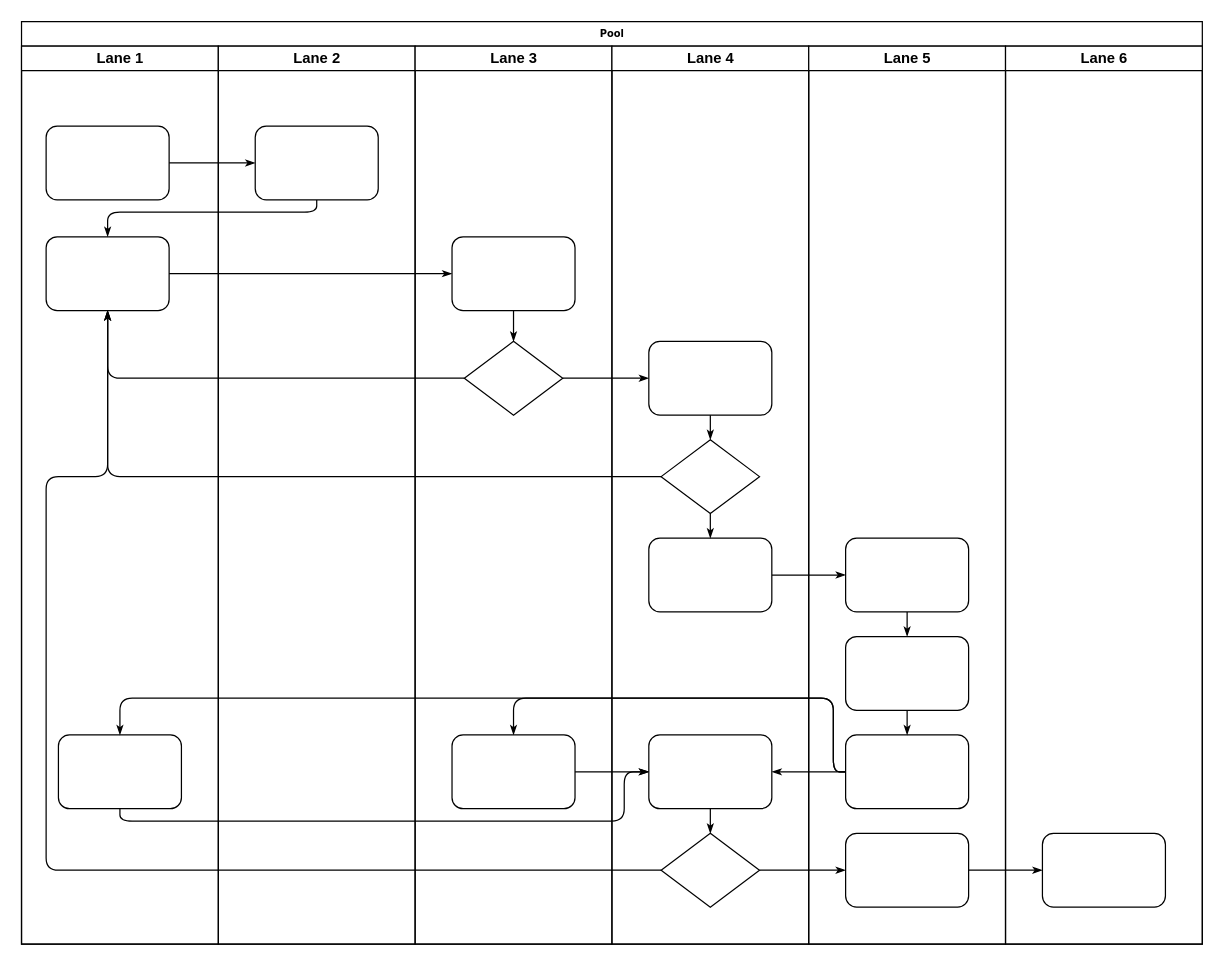
The draw.io diagram 教育小程序登录.drawio in liangdengming/diagrams, before the edit. Source tidied: cells renumbered, new cells numbered last; positions are measured from the earlier drawing's top-left corner, leaving out a move shared by most shapes. Both pictures are drawn from the tidied source at 123%, with x=0, y=0 at pixel (21, 21).
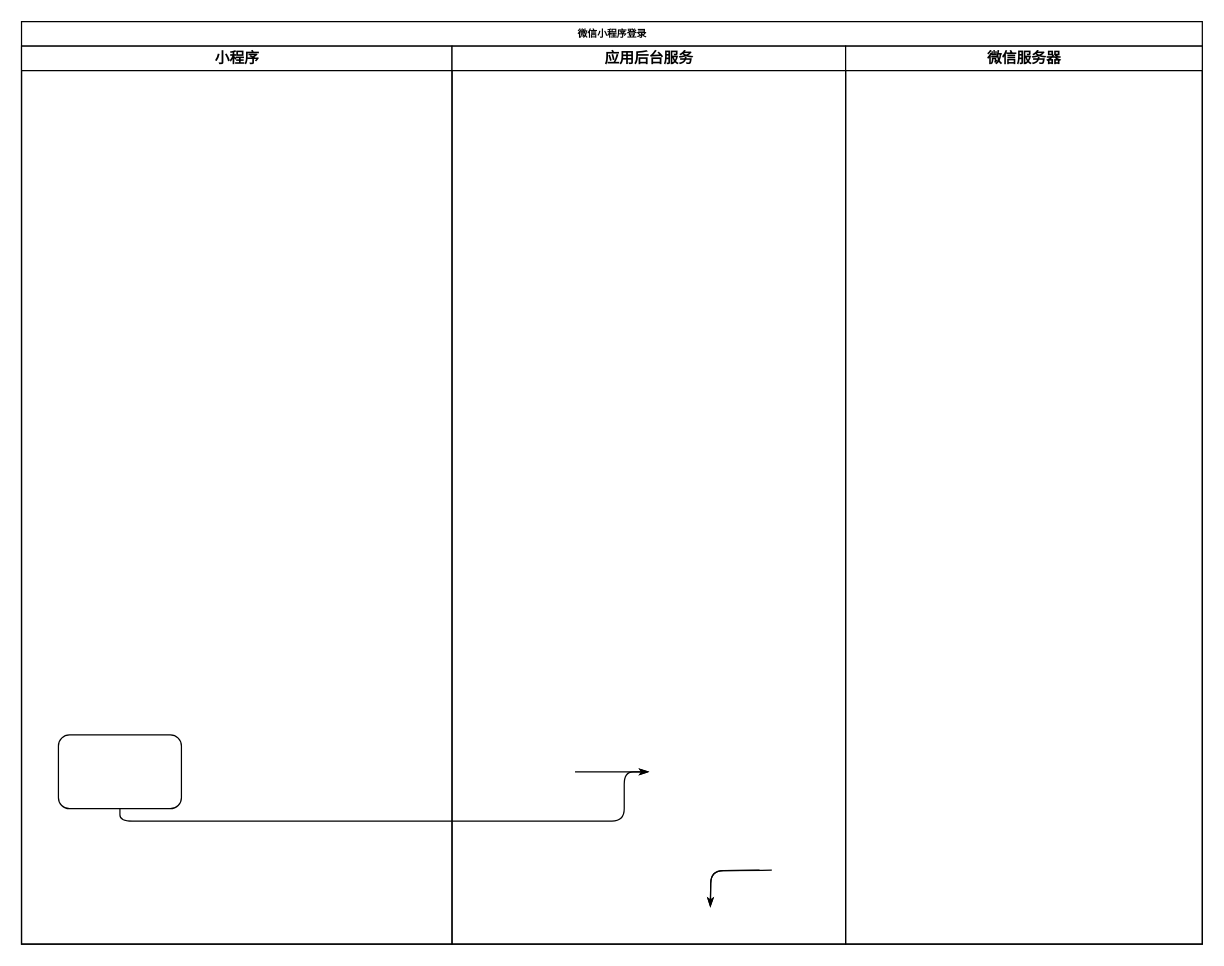
The same diagram, later.

Commit message (it also covers changes not shown here):
教育小程序登录.drawio

Unchanged cells that the change refers to:
```xml
<mxCell id="6" style="rounded=1;whiteSpace=wrap;html=1;shadow=0;labelBackgroundColor=none;strokeWidth=1;fontFamily=Verdana;fontSize=8;align=center;" parent="3" vertex="1">
  <mxGeometry x="30" y="560" width="100" height="60" as="geometry" />
</mxCell>
```

The edit, as a diff of the source:
```diff
@@
-    <mxCell id="2" value="Pool" style="swimlane;html=1;startSize=20;rounded=0;shadow=0;labelBackgroundColor=none;strokeWidth=1;fontFamily=Verdana;fontSize=8;align=center;" parent="1" vertex="1">
+    <mxCell id="2" value="微信小程序登录" style="swimlane;html=1;startSize=20;rounded=0;shadow=0;labelBackgroundColor=none;strokeWidth=1;fontFamily=Verdana;fontSize=8;align=center;" parent="1" vertex="1">
       <mxGeometry width="960" height="750" as="geometry" />
     </mxCell>
-    <mxCell id="3" value="Lane 1" style="swimlane;html=1;startSize=20;" parent="2" vertex="1">
-      <mxGeometry y="20" width="160" height="730" as="geometry" />
+    <mxCell id="3" value="小程序" style="swimlane;html=1;startSize=20;" parent="2" vertex="1">
+      <mxGeometry y="20" width="350" height="730" as="geometry" />
     </mxCell>
-    <mxCell id="4" style="rounded=1;whiteSpace=wrap;html=1;shadow=0;labelBackgroundColor=none;strokeWidth=1;fontFamily=Verdana;fontSize=8;align=center;" parent="3" vertex="1">
-      <mxGeometry x="20" y="65" width="100" height="60" as="geometry" />
-    </mxCell>
-    <mxCell id="5" style="rounded=1;whiteSpace=wrap;html=1;shadow=0;labelBackgroundColor=none;strokeWidth=1;fontFamily=Verdana;fontSize=8;align=center;" parent="3" vertex="1">
-      <mxGeometry x="20" y="155" width="100" height="60" as="geometry" />
-    </mxCell>
@@
-    <mxCell id="7" style="edgeStyle=orthogonalEdgeStyle;rounded=1;html=1;labelBackgroundColor=none;startArrow=none;startFill=0;startSize=5;endArrow=classicThin;endFill=1;endSize=5;jettySize=auto;strokeWidth=1;fontFamily=Verdana;fontSize=8;" parent="2" edge="1" source="4" target="23">
-      <mxGeometry relative="1" as="geometry" />
-    </mxCell>
-    <mxCell id="8" style="edgeStyle=orthogonalEdgeStyle;rounded=1;html=1;labelBackgroundColor=none;startArrow=none;startFill=0;startSize=5;endArrow=classicThin;endFill=1;endSize=5;jettySize=auto;strokeWidth=1;fontFamily=Verdana;fontSize=8;" parent="2" edge="1" source="23" target="5">
-      <mxGeometry relative="1" as="geometry">
-        <Array as="points">
-          <mxPoint x="240" y="155" />
-          <mxPoint x="70" y="155" />
-        </Array>
-      </mxGeometry>
-    </mxCell>
-    <mxCell id="9" style="edgeStyle=orthogonalEdgeStyle;rounded=1;html=1;labelBackgroundColor=none;startArrow=none;startFill=0;startSize=5;endArrow=classicThin;endFill=1;endSize=5;jettySize=auto;strokeWidth=1;fontFamily=Verdana;fontSize=8;" parent="2" edge="1" source="5" target="25">
-      <mxGeometry relative="1" as="geometry" />
-    </mxCell>
-    <mxCell id="10" style="edgeStyle=orthogonalEdgeStyle;rounded=1;html=1;labelBackgroundColor=none;startArrow=none;startFill=0;startSize=5;endArrow=classicThin;endFill=1;endSize=5;jettySize=auto;strokeWidth=1;fontFamily=Verdana;fontSize=8;" parent="2" edge="1" source="26" target="5">
-      <mxGeometry relative="1" as="geometry" />
-    </mxCell>
-    <mxCell id="11" style="edgeStyle=orthogonalEdgeStyle;rounded=1;html=1;labelBackgroundColor=none;startArrow=none;startFill=0;startSize=5;endArrow=classicThin;endFill=1;endSize=5;jettySize=auto;strokeWidth=1;fontFamily=Verdana;fontSize=8;" parent="2" edge="1" source="31" target="5">
-      <mxGeometry relative="1" as="geometry" />
-    </mxCell>
-    <mxCell id="12" style="edgeStyle=orthogonalEdgeStyle;rounded=1;html=1;labelBackgroundColor=none;startArrow=none;startFill=0;startSize=5;endArrow=classicThin;endFill=1;endSize=5;jettySize=auto;strokeWidth=1;fontFamily=Verdana;fontSize=8;" parent="2" edge="1" source="34" target="5">
-      <mxGeometry relative="1" as="geometry">
-        <Array as="points">
-          <mxPoint x="20" y="690" />
-          <mxPoint x="20" y="370" />
-          <mxPoint x="70" y="370" />
-        </Array>
-      </mxGeometry>
-    </mxCell>
-    <mxCell id="13" style="edgeStyle=orthogonalEdgeStyle;rounded=1;html=1;labelBackgroundColor=none;startArrow=none;startFill=0;startSize=5;endArrow=classicThin;endFill=1;endSize=5;jettySize=auto;strokeWidth=1;fontFamily=Verdana;fontSize=8;" parent="2" edge="1" source="26" target="30">
-      <mxGeometry relative="1" as="geometry" />
-    </mxCell>
-    <mxCell id="14" style="edgeStyle=orthogonalEdgeStyle;rounded=1;html=1;labelBackgroundColor=none;startArrow=none;startFill=0;startSize=5;endArrow=classicThin;endFill=1;endSize=5;jettySize=auto;strokeWidth=1;fontFamily=Verdana;fontSize=8;" parent="2" edge="1" source="34" target="42">
-      <mxGeometry relative="1" as="geometry" />
+    <mxCell id="14" style="edgeStyle=orthogonalEdgeStyle;rounded=1;html=1;labelBackgroundColor=none;startArrow=none;startFill=0;startSize=5;endArrow=classicThin;endFill=1;endSize=5;jettySize=auto;orthogonalLoop=1;strokeWidth=1;fontFamily=Verdana;fontSize=8;" parent="2" edge="1">
+      <mxGeometry relative="1" as="geometry">
+        <mxPoint x="600" y="690" as="sourcePoint" />
+        <mxPoint x="560" y="720" as="targetPoint" />
+      </mxGeometry>
     </mxCell>
-    <mxCell id="15" style="edgeStyle=orthogonalEdgeStyle;rounded=1;html=1;labelBackgroundColor=none;startArrow=none;startFill=0;startSize=5;endArrow=classicThin;endFill=1;endSize=5;jettySize=auto;strokeWidth=1;fontFamily=Verdana;fontSize=8;" parent="2" edge="1" source="42" target="46">
-      <mxGeometry relative="1" as="geometry" />
+    <mxCell id="15" style="edgeStyle=orthogonalEdgeStyle;rounded=1;html=1;labelBackgroundColor=none;startArrow=none;startFill=0;startSize=5;endArrow=classicThin;endFill=1;endSize=5;jettySize=auto;orthogonalLoop=1;strokeWidth=1;fontFamily=Verdana;fontSize=8;" parent="2" edge="1">
+      <mxGeometry relative="1" as="geometry">
+        <mxPoint x="610" y="690" as="sourcePoint" />
+        <mxPoint x="560" y="720" as="targetPoint" />
+      </mxGeometry>
     </mxCell>
-    <mxCell id="16" style="edgeStyle=orthogonalEdgeStyle;rounded=1;html=1;labelBackgroundColor=none;startArrow=none;startFill=0;startSize=5;endArrow=classicThin;endFill=1;endSize=5;jettySize=auto;strokeWidth=1;fontFamily=Verdana;fontSize=8;" parent="2" edge="1" source="32" target="39">
-      <mxGeometry relative="1" as="geometry" />
-    </mxCell>
-    <mxCell id="17" style="edgeStyle=orthogonalEdgeStyle;rounded=1;html=1;labelBackgroundColor=none;startArrow=none;startFill=0;startSize=5;endArrow=classicThin;endFill=1;endSize=5;jettySize=auto;strokeWidth=1;fontFamily=Verdana;fontSize=8;" parent="2" edge="1" source="41" target="27">
-      <mxGeometry relative="1" as="geometry">
-        <Array as="points">
-          <mxPoint x="660" y="610" />
-          <mxPoint x="660" y="550" />
-          <mxPoint x="400" y="550" />
-        </Array>
-      </mxGeometry>
-    </mxCell>
-    <mxCell id="18" style="edgeStyle=orthogonalEdgeStyle;rounded=1;html=1;labelBackgroundColor=none;startArrow=none;startFill=0;startSize=5;endArrow=classicThin;endFill=1;endSize=5;jettySize=auto;strokeColor=#000000;strokeWidth=1;fontFamily=Verdana;fontSize=8;fontColor=#000000;" parent="2" edge="1" source="41" target="33">
-      <mxGeometry relative="1" as="geometry" />
-    </mxCell>
-    <mxCell id="19" style="edgeStyle=orthogonalEdgeStyle;rounded=1;html=1;labelBackgroundColor=none;startArrow=none;startFill=0;startSize=5;endArrow=classicThin;endFill=1;endSize=5;jettySize=auto;strokeWidth=1;fontFamily=Verdana;fontSize=8;" parent="2" edge="1" source="41" target="6">
-      <mxGeometry relative="1" as="geometry">
-        <Array as="points">
-          <mxPoint x="660" y="610" />
-          <mxPoint x="660" y="550" />
-          <mxPoint x="80" y="550" />
-        </Array>
-      </mxGeometry>
-    </mxCell>
-    <mxCell id="20" style="edgeStyle=orthogonalEdgeStyle;rounded=1;html=1;labelBackgroundColor=none;startArrow=none;startFill=0;startSize=5;endArrow=classicThin;endFill=1;endSize=5;jettySize=auto;strokeWidth=1;fontFamily=Verdana;fontSize=8;" parent="2" edge="1" source="6" target="33">
+    <mxCell id="20" style="edgeStyle=orthogonalEdgeStyle;rounded=1;html=1;labelBackgroundColor=none;startArrow=none;startFill=0;startSize=5;endArrow=classicThin;endFill=1;endSize=5;jettySize=auto;strokeWidth=1;fontFamily=Verdana;fontSize=8;" parent="2" edge="1" source="6">
       <mxGeometry relative="1" as="geometry">
+        <mxPoint x="510" y="610" as="targetPoint" />
         <Array as="points">
           <mxPoint x="80" y="650" />
           <mxPoint x="490" y="650" />
           <mxPoint x="490" y="610" />
         </Array>
       </mxGeometry>
     </mxCell>
-    <mxCell id="21" style="edgeStyle=orthogonalEdgeStyle;rounded=1;html=1;labelBackgroundColor=none;startArrow=none;startFill=0;startSize=5;endArrow=classicThin;endFill=1;endSize=5;jettySize=auto;strokeWidth=1;fontFamily=Verdana;fontSize=8;" parent="2" edge="1" source="27" target="33">
-      <mxGeometry relative="1" as="geometry" />
+    <mxCell id="21" style="edgeStyle=orthogonalEdgeStyle;rounded=1;html=1;labelBackgroundColor=none;startArrow=none;startFill=0;startSize=5;endArrow=classicThin;endFill=1;endSize=5;jettySize=auto;orthogonalLoop=1;strokeWidth=1;fontFamily=Verdana;fontSize=8;" parent="2" edge="1">
+      <mxGeometry relative="1" as="geometry">
+        <mxPoint x="450" y="610" as="sourcePoint" />
+        <mxPoint x="510" y="610" as="targetPoint" />
+      </mxGeometry>
     </mxCell>
-    <mxCell id="22" value="Lane 2" style="swimlane;html=1;startSize=20;" parent="2" vertex="1">
-      <mxGeometry x="160" y="20" width="160" height="730" as="geometry" />
+    <mxCell id="22" value="应用后台服务" style="swimlane;html=1;startSize=20;" parent="2" vertex="1">
+      <mxGeometry x="350" y="20" width="320" height="730" as="geometry" />
     </mxCell>
-    <mxCell id="23" style="rounded=1;whiteSpace=wrap;html=1;shadow=0;labelBackgroundColor=none;strokeWidth=1;fontFamily=Verdana;fontSize=8;align=center;" parent="22" vertex="1">
-      <mxGeometry x="30" y="65" width="100" height="60" as="geometry" />
-    </mxCell>
-    <mxCell id="24" value="Lane 3" style="swimlane;html=1;startSize=20;" parent="2" vertex="1">
-      <mxGeometry x="320" y="20" width="160" height="730" as="geometry" />
-    </mxCell>
-    <mxCell id="25" style="rounded=1;whiteSpace=wrap;html=1;shadow=0;labelBackgroundColor=none;strokeWidth=1;fontFamily=Verdana;fontSize=8;align=center;" parent="24" vertex="1">
-      <mxGeometry x="30" y="155" width="100" height="60" as="geometry" />
-    </mxCell>
-    <mxCell id="26" style="rhombus;whiteSpace=wrap;html=1;rounded=0;shadow=0;labelBackgroundColor=none;strokeWidth=1;fontFamily=Verdana;fontSize=8;align=center;" parent="24" vertex="1">
-      <mxGeometry x="40" y="240" width="80" height="60" as="geometry" />
-    </mxCell>
-    <mxCell id="27" style="rounded=1;whiteSpace=wrap;html=1;shadow=0;labelBackgroundColor=none;strokeWidth=1;fontFamily=Verdana;fontSize=8;align=center;" parent="24" vertex="1">
-      <mxGeometry x="30" y="560" width="100" height="60" as="geometry" />
-    </mxCell>
-    <mxCell id="28" style="edgeStyle=orthogonalEdgeStyle;rounded=1;html=1;labelBackgroundColor=none;startArrow=none;startFill=0;startSize=5;endArrow=classicThin;endFill=1;endSize=5;jettySize=auto;strokeWidth=1;fontFamily=Verdana;fontSize=8;" parent="24" edge="1" source="25" target="26">
-      <mxGeometry relative="1" as="geometry" />
-    </mxCell>
-    <mxCell id="29" value="Lane 4" style="swimlane;html=1;startSize=20;" parent="2" vertex="1">
-      <mxGeometry x="480" y="20" width="160" height="730" as="geometry" />
-    </mxCell>
-    <mxCell id="30" style="rounded=1;whiteSpace=wrap;html=1;shadow=0;labelBackgroundColor=none;strokeWidth=1;fontFamily=Verdana;fontSize=8;align=center;" parent="29" vertex="1">
-      <mxGeometry x="30" y="240" width="100" height="60" as="geometry" />
-    </mxCell>
-    <mxCell id="31" style="rhombus;whiteSpace=wrap;html=1;rounded=0;shadow=0;labelBackgroundColor=none;strokeWidth=1;fontFamily=Verdana;fontSize=8;align=center;" parent="29" vertex="1">
-      <mxGeometry x="40" y="320" width="80" height="60" as="geometry" />
-    </mxCell>
-    <mxCell id="32" style="rounded=1;whiteSpace=wrap;html=1;shadow=0;labelBackgroundColor=none;strokeWidth=1;fontFamily=Verdana;fontSize=8;align=center;" parent="29" vertex="1">
-      <mxGeometry x="30" y="400" width="100" height="60" as="geometry" />
-    </mxCell>
-    <mxCell id="33" style="rounded=1;whiteSpace=wrap;html=1;shadow=0;labelBackgroundColor=none;strokeWidth=1;fontFamily=Verdana;fontSize=8;align=center;" parent="29" vertex="1">
-      <mxGeometry x="30" y="560" width="100" height="60" as="geometry" />
-    </mxCell>
-    <mxCell id="34" style="rhombus;whiteSpace=wrap;html=1;rounded=0;shadow=0;labelBackgroundColor=none;strokeWidth=1;fontFamily=Verdana;fontSize=8;align=center;" parent="29" vertex="1">
-      <mxGeometry x="40" y="640" width="80" height="60" as="geometry" />
-    </mxCell>
-    <mxCell id="35" style="edgeStyle=orthogonalEdgeStyle;rounded=1;html=1;labelBackgroundColor=none;startArrow=none;startFill=0;startSize=5;endArrow=classicThin;endFill=1;endSize=5;jettySize=auto;strokeColor=#000000;strokeWidth=1;fontFamily=Verdana;fontSize=8;fontColor=#000000;" parent="29" edge="1" source="30" target="31">
-      <mxGeometry relative="1" as="geometry" />
-    </mxCell>
-    <mxCell id="36" style="edgeStyle=orthogonalEdgeStyle;rounded=1;html=1;labelBackgroundColor=none;startArrow=none;startFill=0;startSize=5;endArrow=classicThin;endFill=1;endSize=5;jettySize=auto;strokeWidth=1;fontFamily=Verdana;fontSize=8;" parent="29" edge="1" source="31" target="32">
-      <mxGeometry relative="1" as="geometry" />
-    </mxCell>
-    <mxCell id="37" style="edgeStyle=orthogonalEdgeStyle;rounded=1;html=1;labelBackgroundColor=none;startArrow=none;startFill=0;startSize=5;endArrow=classicThin;endFill=1;endSize=5;jettySize=auto;strokeWidth=1;fontFamily=Verdana;fontSize=8;" parent="29" edge="1" source="33" target="34">
-      <mxGeometry relative="1" as="geometry" />
-    </mxCell>
-    <mxCell id="38" value="Lane 5" style="swimlane;html=1;startSize=20;" parent="2" vertex="1">
-      <mxGeometry x="640" y="20" width="160" height="730" as="geometry" />
-    </mxCell>
-    <mxCell id="39" style="rounded=1;whiteSpace=wrap;html=1;shadow=0;labelBackgroundColor=none;strokeWidth=1;fontFamily=Verdana;fontSize=8;align=center;" parent="38" vertex="1">
-      <mxGeometry x="30" y="400" width="100" height="60" as="geometry" />
-    </mxCell>
-    <mxCell id="40" style="rounded=1;whiteSpace=wrap;html=1;shadow=0;labelBackgroundColor=none;strokeWidth=1;fontFamily=Verdana;fontSize=8;align=center;" parent="38" vertex="1">
-      <mxGeometry x="30" y="480" width="100" height="60" as="geometry" />
-    </mxCell>
-    <mxCell id="41" style="rounded=1;whiteSpace=wrap;html=1;shadow=0;labelBackgroundColor=none;strokeWidth=1;fontFamily=Verdana;fontSize=8;align=center;" parent="38" vertex="1">
-      <mxGeometry x="30" y="560" width="100" height="60" as="geometry" />
-    </mxCell>
-    <mxCell id="42" style="rounded=1;whiteSpace=wrap;html=1;shadow=0;labelBackgroundColor=none;strokeWidth=1;fontFamily=Verdana;fontSize=8;align=center;" parent="38" vertex="1">
-      <mxGeometry x="30" y="640" width="100" height="60" as="geometry" />
-    </mxCell>
-    <mxCell id="43" style="edgeStyle=orthogonalEdgeStyle;rounded=1;html=1;labelBackgroundColor=none;startArrow=none;startFill=0;startSize=5;endArrow=classicThin;endFill=1;endSize=5;jettySize=auto;strokeWidth=1;fontFamily=Verdana;fontSize=8;" parent="38" edge="1" source="39" target="40">
-      <mxGeometry relative="1" as="geometry" />
-    </mxCell>
-    <mxCell id="44" style="edgeStyle=orthogonalEdgeStyle;rounded=1;html=1;labelBackgroundColor=none;startArrow=none;startFill=0;startSize=5;endArrow=classicThin;endFill=1;endSize=5;jettySize=auto;strokeWidth=1;fontFamily=Verdana;fontSize=8;" parent="38" edge="1" source="40" target="41">
-      <mxGeometry relative="1" as="geometry" />
-    </mxCell>
-    <mxCell id="45" value="Lane 6" style="swimlane;html=1;startSize=20;" parent="2" vertex="1">
-      <mxGeometry x="800" y="20" width="160" height="730" as="geometry" />
-    </mxCell>
-    <mxCell id="46" style="rounded=1;whiteSpace=wrap;html=1;shadow=0;labelBackgroundColor=none;strokeWidth=1;fontFamily=Verdana;fontSize=8;align=center;" parent="45" vertex="1">
-      <mxGeometry x="30" y="640" width="100" height="60" as="geometry" />
-    </mxCell>
+    <mxCell id="47" value="微信服务器" style="swimlane;html=1;startSize=20;" parent="2" vertex="1">
+      <mxGeometry x="670" y="20" width="290" height="730" as="geometry" />
+    </mxCell>
```
